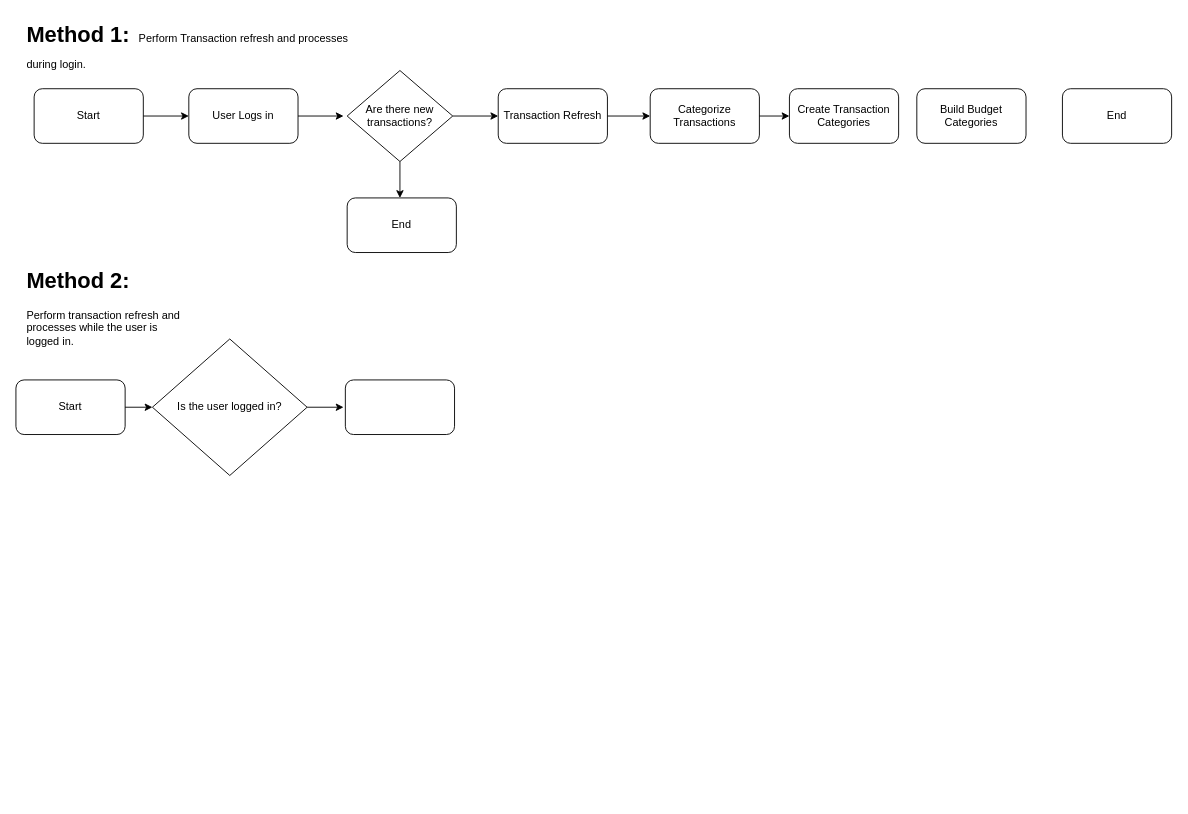
Before: BudgetBuddy Main Flow.drawio in AKing982/BudgetBuddy, a draw.io diagram. Source tidied: cells renumbered, new cells numbered last; positions are measured from the earlier drawing's top-left corner, leaving out a move shared by most shapes. Both pictures are drawn from the tidied source at 91%, with x=0, y=0 at pixel (15, 15).
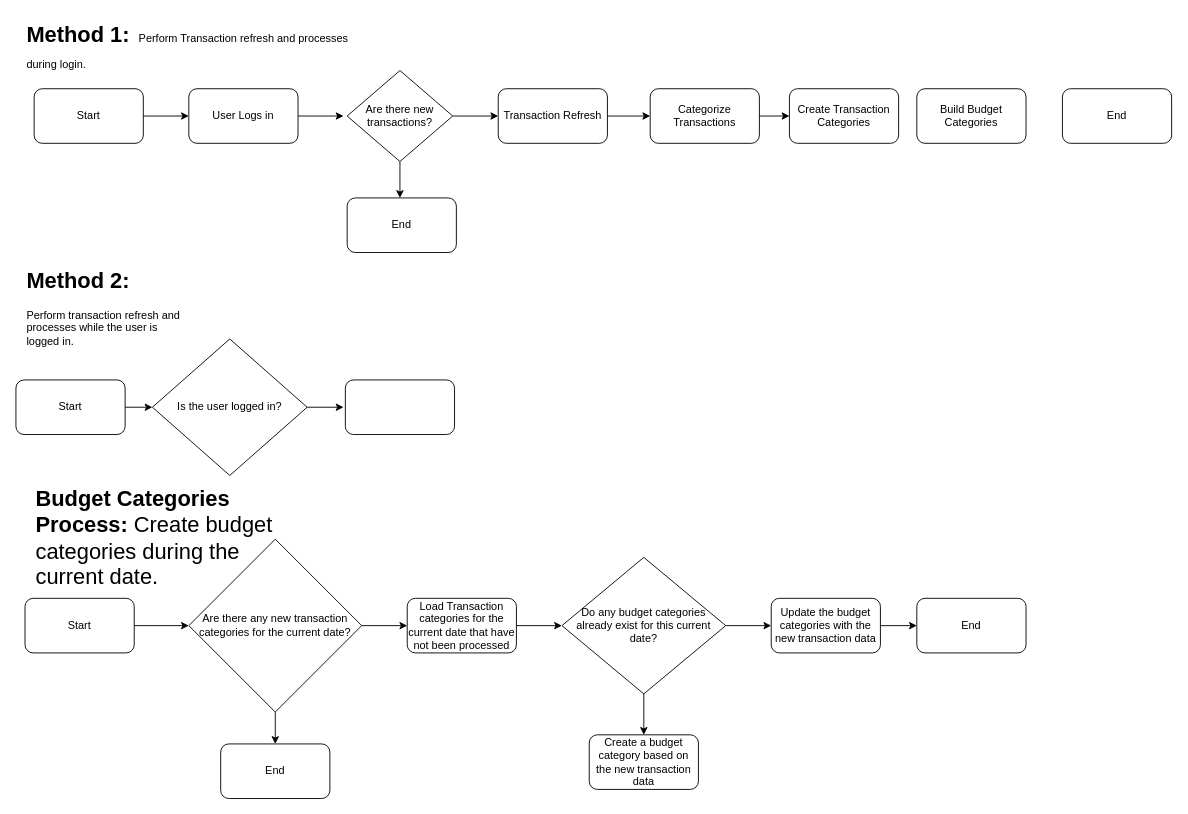
The same page after the edit.

Change to the diagram source:
```diff
@@
+    <mxCell id="24" value="&lt;h1 style=&quot;margin-top: 0px;&quot;&gt;Budget Categories Process: &lt;span style=&quot;font-weight: 400;&quot;&gt;Create budget categories during the current date.&lt;/span&gt;&lt;/h1&gt;" style="text;html=1;whiteSpace=wrap;overflow=hidden;rounded=0;" parent="1" vertex="1">
+      <mxGeometry x="20" y="510" width="280" height="120" as="geometry" />
+    </mxCell>
+    <mxCell id="25" value="Start" style="rounded=1;whiteSpace=wrap;html=1;" parent="1" vertex="1">
+      <mxGeometry x="10" y="640" width="120" height="60" as="geometry" />
+    </mxCell>
+    <mxCell id="26" style="endArrow=classic;html=1;rounded=0;exitX=1;exitY=0.5;exitDx=0;exitDy=0;entryX=0;entryY=0.5;entryDx=0;entryDy=0;" parent="1" edge="1" source="25">
+      <mxGeometry relative="1" as="geometry">
+        <mxPoint x="190" y="670" as="targetPoint" />
+      </mxGeometry>
+    </mxCell>
+    <mxCell id="27" value="Are there any new transaction categories for the current date?" style="rhombus;whiteSpace=wrap;html=1;" parent="1" vertex="1">
+      <mxGeometry x="190" y="575" width="190" height="190" as="geometry" />
+    </mxCell>
+    <mxCell id="28" style="endArrow=classic;html=1;rounded=0;exitX=1;exitY=0.5;exitDx=0;exitDy=0;" parent="1" edge="1" source="27">
+      <mxGeometry relative="1" as="geometry">
+        <mxPoint x="430" y="670" as="targetPoint" />
+      </mxGeometry>
+    </mxCell>
+    <mxCell id="29" value="Load Transaction categories for the current date that have not been processed" style="rounded=1;whiteSpace=wrap;html=1;" parent="1" vertex="1">
+      <mxGeometry x="430" y="640" width="120" height="60" as="geometry" />
+    </mxCell>
+    <mxCell id="30" style="endArrow=classic;html=1;rounded=0;exitX=0.5;exitY=1;exitDx=0;exitDy=0;" parent="1" edge="1" source="27">
+      <mxGeometry relative="1" as="geometry">
+        <mxPoint x="285" y="800" as="targetPoint" />
+      </mxGeometry>
+    </mxCell>
+    <mxCell id="31" value="End" style="rounded=1;whiteSpace=wrap;html=1;" parent="1" vertex="1">
+      <mxGeometry x="225" y="800" width="120" height="60" as="geometry" />
+    </mxCell>
+    <mxCell id="32" style="endArrow=classic;html=1;rounded=0;exitX=1;exitY=0.5;exitDx=0;exitDy=0;" parent="1" edge="1" source="29">
+      <mxGeometry relative="1" as="geometry">
+        <mxPoint x="600" y="670" as="targetPoint" />
+      </mxGeometry>
+    </mxCell>
+    <mxCell id="33" value="Do any budget categories already exist for this current date?" style="rhombus;whiteSpace=wrap;html=1;" parent="1" vertex="1">
+      <mxGeometry x="600" y="595" width="180" height="150" as="geometry" />
+    </mxCell>
+    <mxCell id="34" style="endArrow=classic;html=1;rounded=0;exitX=1;exitY=0.5;exitDx=0;exitDy=0;" parent="1" edge="1" source="33">
+      <mxGeometry relative="1" as="geometry">
+        <mxPoint x="830" y="670" as="targetPoint" />
+      </mxGeometry>
+    </mxCell>
+    <mxCell id="35" style="endArrow=classic;html=1;rounded=0;exitX=0.5;exitY=1;exitDx=0;exitDy=0;" parent="1" edge="1" source="33">
+      <mxGeometry relative="1" as="geometry">
+        <mxPoint x="690" y="790" as="targetPoint" />
+      </mxGeometry>
+    </mxCell>
+    <mxCell id="36" value="Update the budget categories with the new transaction data" style="rounded=1;whiteSpace=wrap;html=1;" parent="1" vertex="1">
+      <mxGeometry x="830" y="640" width="120" height="60" as="geometry" />
+    </mxCell>
+    <mxCell id="37" value="Create a budget category based on the new transaction data" style="rounded=1;whiteSpace=wrap;html=1;" parent="1" vertex="1">
+      <mxGeometry x="630" y="790" width="120" height="60" as="geometry" />
+    </mxCell>
+    <mxCell id="38" style="endArrow=classic;html=1;rounded=0;exitX=1;exitY=0.5;exitDx=0;exitDy=0;" parent="1" edge="1" source="36">
+      <mxGeometry relative="1" as="geometry">
+        <mxPoint x="990" y="670" as="targetPoint" />
+      </mxGeometry>
+    </mxCell>
+    <mxCell id="39" value="End" style="rounded=1;whiteSpace=wrap;html=1;" parent="1" vertex="1">
+      <mxGeometry x="990" y="640" width="120" height="60" as="geometry" />
+    </mxCell>
```
